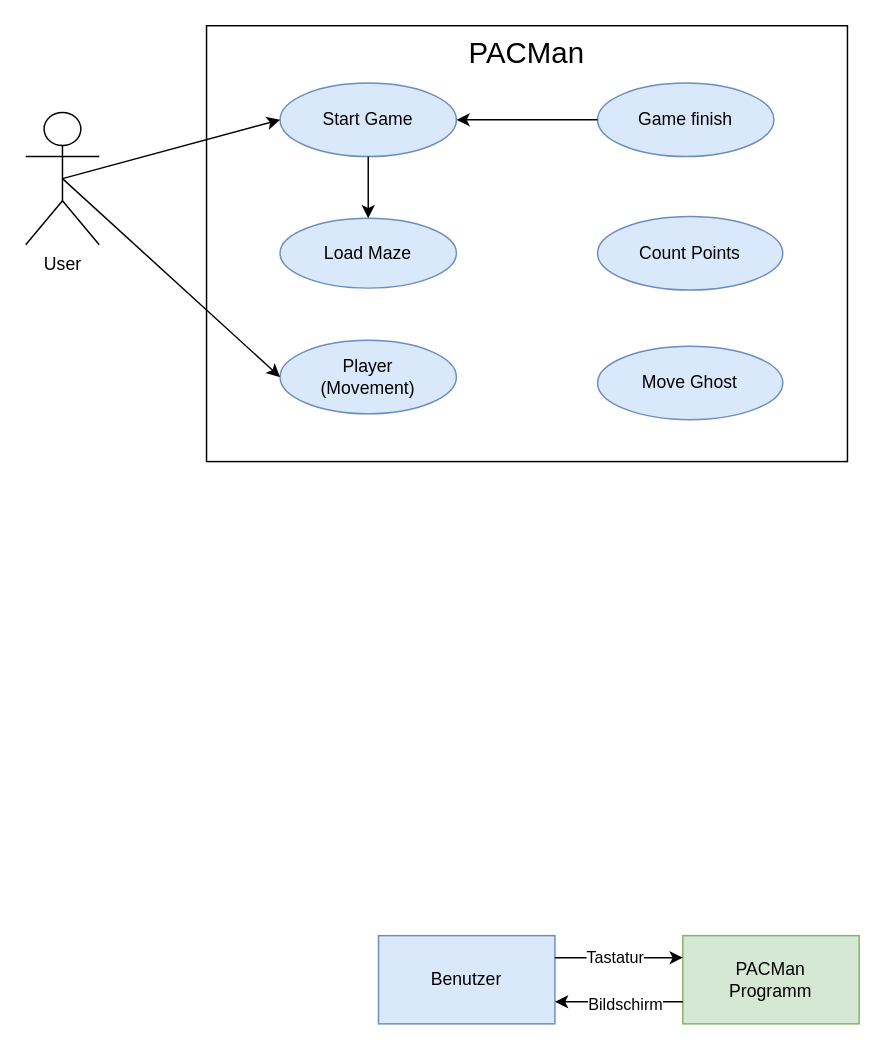
flurin-b/PMSwEng keeps this draw.io diagram as Planung/Kontextdiagramm/Kontextdiagramm.drawio. Above is the earlier version. Source tidied: cells renumbered, new cells numbered last; positions are measured from the earlier drawing's top-left corner, leaving out a move shared by most shapes. Both pictures are drawn from the tidied source at 147%, with x=0, y=0 at pixel (25, 25).
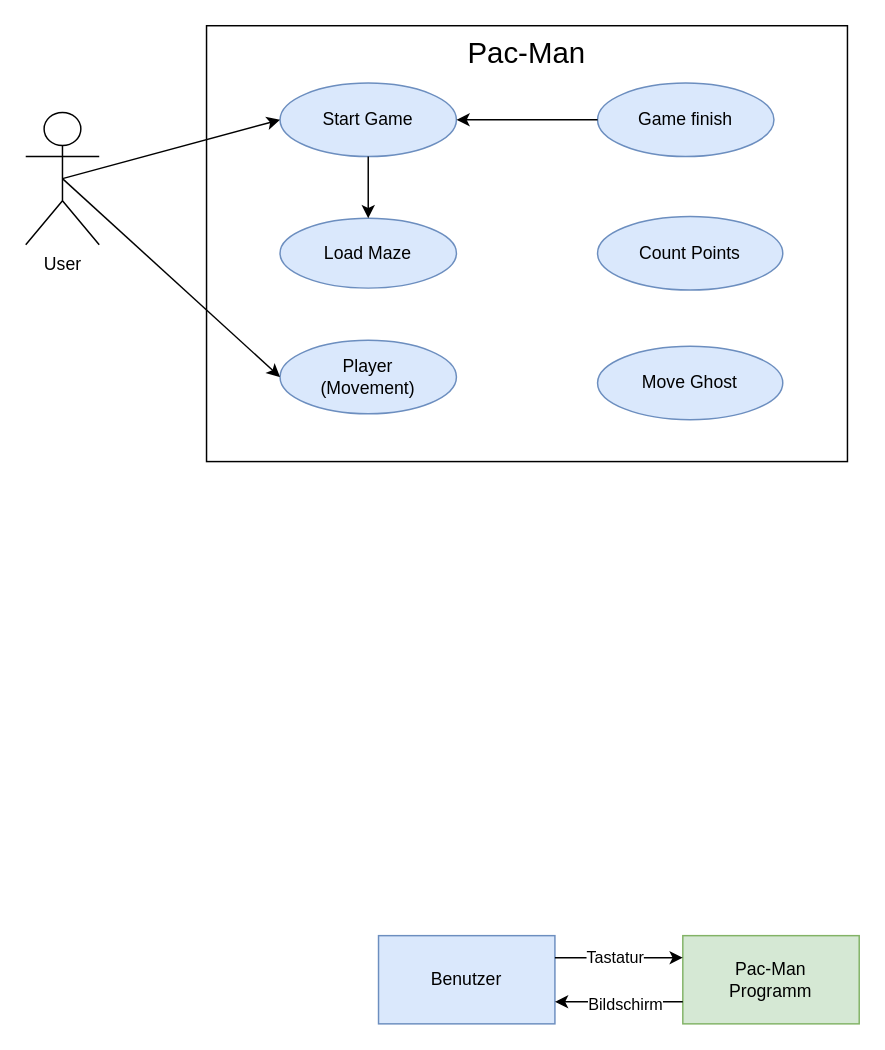
The same page after the edit.

Commit message:
Rechtschreibung angepasst

The edit, as a diff of the source:
```diff
@@
-    <mxCell id="2" value="PACMan" style="rounded=0;whiteSpace=wrap;html=1;horizontal=1;verticalAlign=top;fontSize=20;" parent="1" vertex="1">
+    <mxCell id="2" value="Pac-Man" style="rounded=0;whiteSpace=wrap;html=1;horizontal=1;verticalAlign=top;fontSize=20;" parent="1" vertex="1">
       <mxGeometry x="123" width="436" height="296.5" as="geometry" />
     </mxCell>
@@
-    <mxCell id="12" value="PACMan&lt;br&gt;Programm" style="rounded=0;whiteSpace=wrap;html=1;fillColor=#d5e8d4;strokeColor=#82b366;" parent="1" vertex="1">
+    <mxCell id="12" value="Pac-Man&lt;br&gt;Programm" style="rounded=0;whiteSpace=wrap;html=1;fillColor=#d5e8d4;strokeColor=#82b366;" parent="1" vertex="1">
       <mxGeometry x="447" y="619" width="120" height="60" as="geometry" />
     </mxCell>
```
